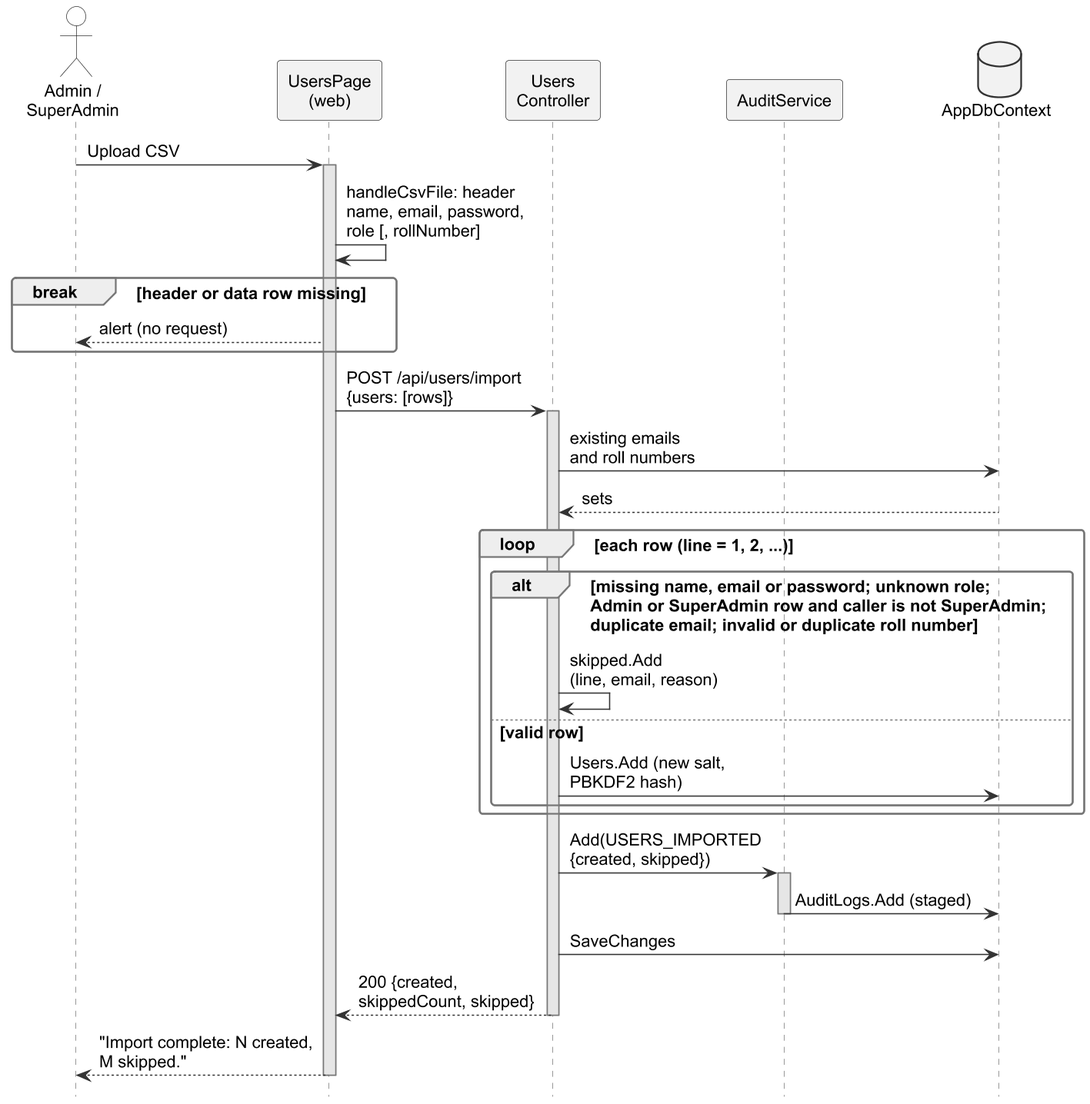
Before: important docs/fyp_doc_3chatp/Figures/seq_users_b.png, a diagram exported from PlantUML (Haiderali27-hub/AI-Lab-Monitoring-).
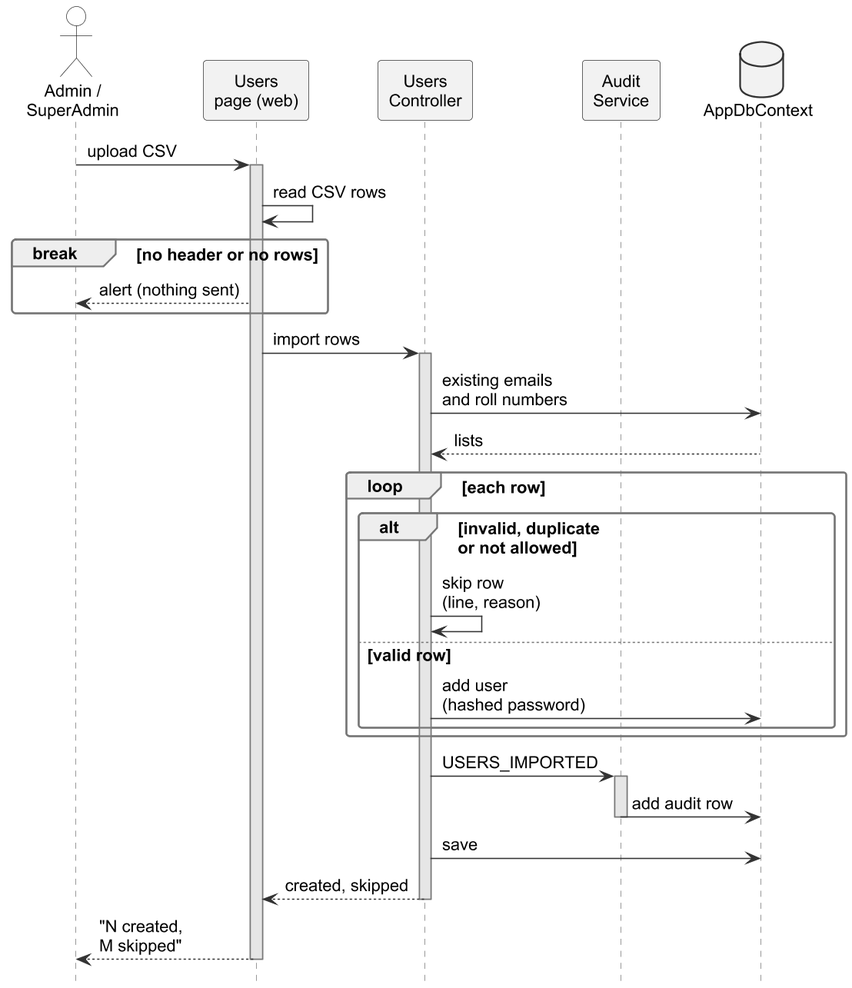
After the change.

Diff of the diagram source:
```diff
@@ -5,7 +5,7 @@
 skinparam maxMessageSize 200
 hide footbox
 hide unlinked
-skinparam ParticipantPadding 2
+skinparam ParticipantPadding 6
 skinparam BoxPadding 0
 skinparam sequence {
   MessageAlign left
@@ -13,35 +13,35 @@
 }
 
 actor "Admin /\nSuperAdmin" as A
-participant "UsersPage\n(web)" as UI
+participant "Users\npage (web)" as UI
 participant "Users\nController" as UC
-participant "AuditService" as AS
+participant "Audit\nService" as AS
 database "AppDbContext" as DB
 
-A -> UI : Upload CSV
+A -> UI : upload CSV
 activate UI
-UI -> UI : handleCsvFile: header\nname, email, password,\nrole [, rollNumber]
-break header or data row missing
-  UI --> A : alert (no request)
+UI -> UI : read CSV rows
+break no header or no rows
+  UI --> A : alert (nothing sent)
 end
-UI -> UC : POST /api/users/import\n{users: [rows]}
+UI -> UC : import rows
 activate UC
 UC -> DB : existing emails\nand roll numbers
-DB --> UC : sets
-loop each row (line = 1, 2, ...)
-  alt missing name, email or password; unknown role;\nAdmin or SuperAdmin row and caller is not SuperAdmin;\nduplicate email; invalid or duplicate roll number
-    UC -> UC : skipped.Add\n(line, email, reason)
+DB --> UC : lists
+loop each row
+  alt invalid, duplicate\nor not allowed
+    UC -> UC : skip row\n(line, reason)
   else valid row
-    UC -> DB : Users.Add (new salt,\nPBKDF2 hash)
+    UC -> DB : add user\n(hashed password)
   end
 end
-UC -> AS : Add(USERS_IMPORTED\n{created, skipped})
+UC -> AS : USERS_IMPORTED
 activate AS
-AS -> DB : AuditLogs.Add (staged)
+AS -> DB : add audit row
 deactivate AS
-UC -> DB : SaveChanges
-UC --> UI : 200 {created,\nskippedCount, skipped}
+UC -> DB : save
+UC --> UI : created, skipped
 deactivate UC
-UI --> A : "Import complete: N created,\nM skipped."
+UI --> A : "N created,\nM skipped"
 deactivate UI
 @enduml
```
